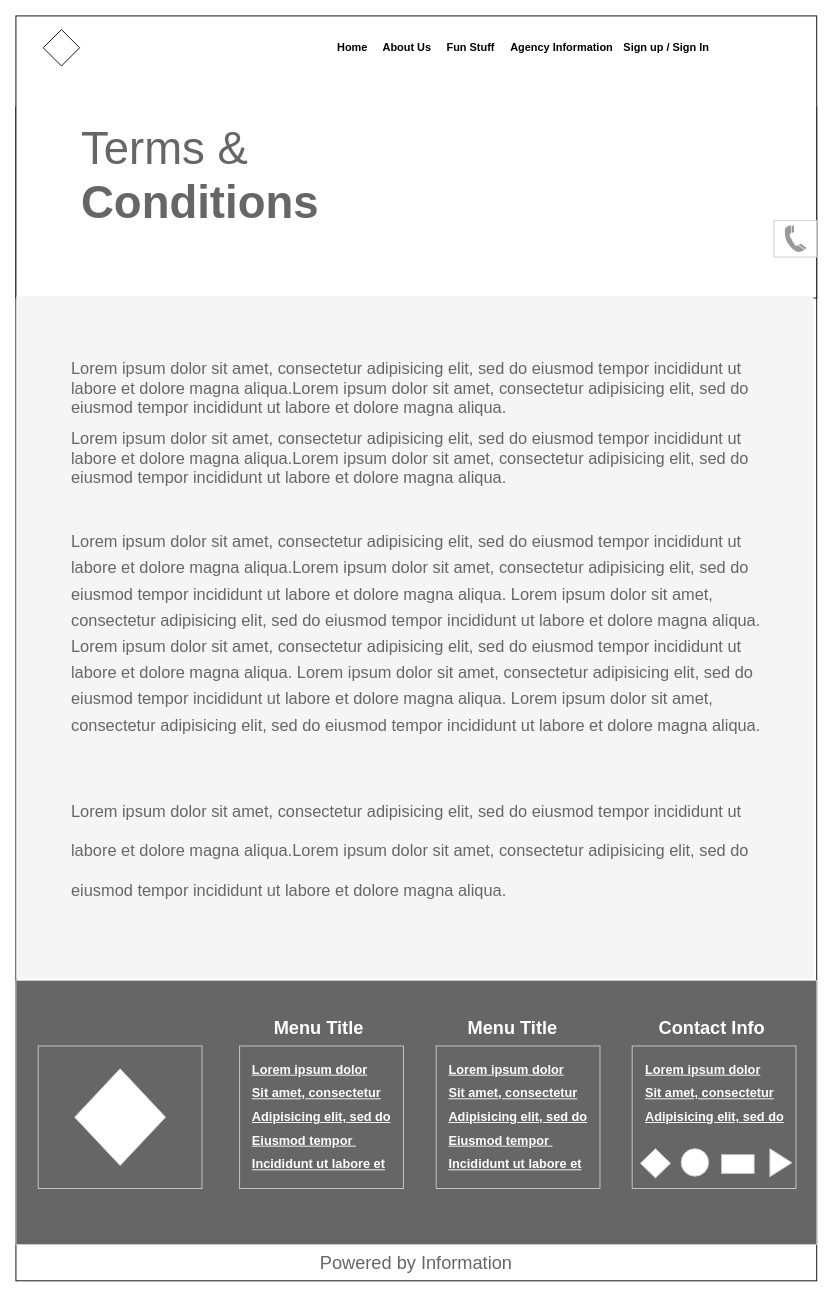
The draw.io diagram page "Terms & Conditions Desktop Screen" (7 of 56) of ProjectAce.drawio in yish-mael/project-ace-wireframes, before the edit. Source tidied: cells renumbered, new cells numbered last; positions are measured from the earlier drawing's top-left corner, leaving out a move shared by most shapes. Both pictures are drawn from the tidied source at 91%, with x=0, y=0 at pixel (15, 15).
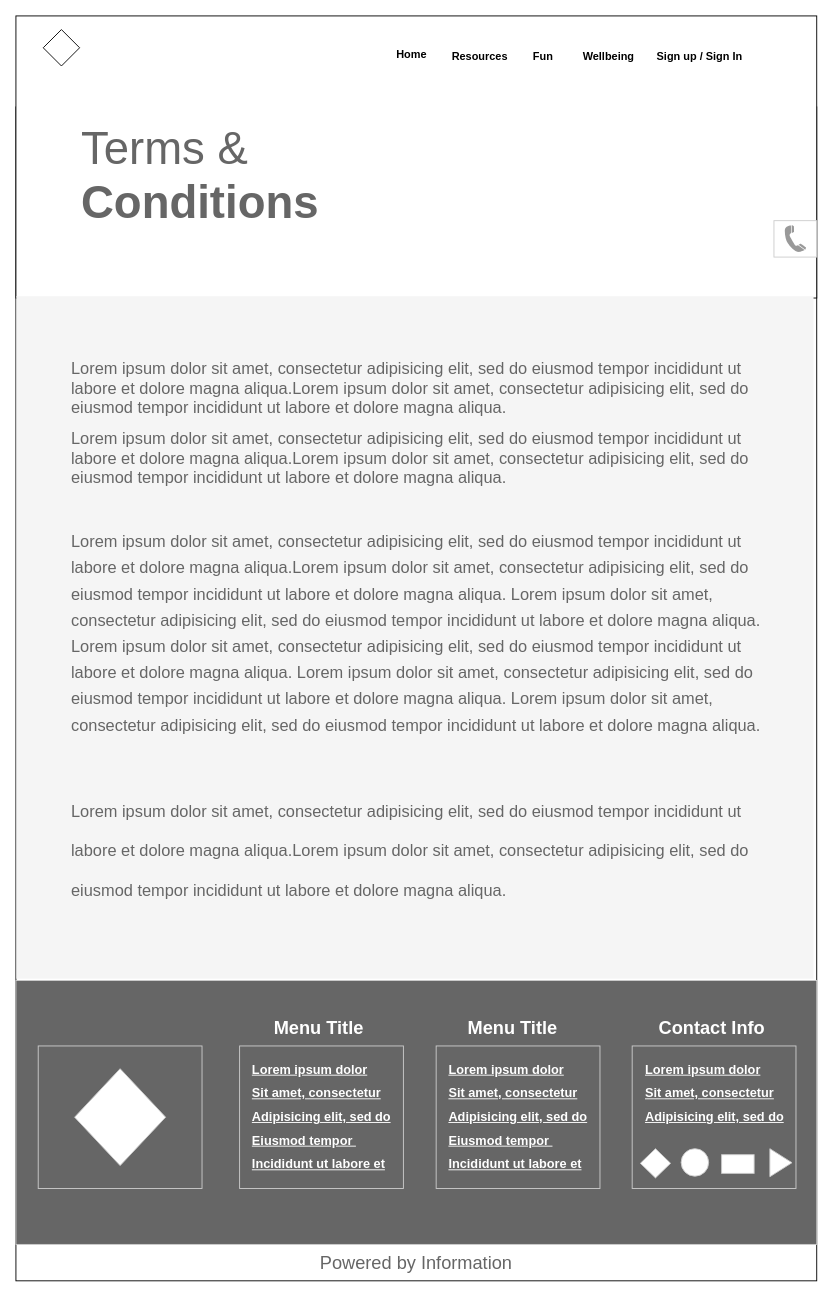
The same diagram, later.

Unchanged cells that the change refers to:
```xml
<mxCell id="2" style="group;" parent="1" vertex="1">
  <mxGeometry width="880" height="1390" as="geometry" />
</mxCell>
```

Diff of the diagram source:
```diff
@@
-    <mxCell id="6" style="group;fontStyle=1;" parent="2" vertex="1">
-      <mxGeometry x="350" y="25" width="420" height="20" as="geometry" />
-    </mxCell>
-    <mxCell id="7" value="&lt;b&gt;Home&lt;/b&gt;" style="text;html=1;strokeColor=none;fillColor=none;align=center;verticalAlign=middle;whiteSpace=wrap;rounded=0;" parent="6" vertex="1">
-      <mxGeometry width="40" height="20" as="geometry" />
-    </mxCell>
-    <mxCell id="8" value="&lt;b&gt;About Us&lt;/b&gt;" style="text;html=1;strokeColor=none;fillColor=none;align=center;verticalAlign=middle;whiteSpace=wrap;rounded=0;" parent="6" vertex="1">
-      <mxGeometry x="50" width="60" height="20" as="geometry" />
-    </mxCell>
-    <mxCell id="9" value="&lt;b&gt;Agency Information&lt;/b&gt;" style="text;html=1;strokeColor=none;fillColor=none;align=center;verticalAlign=middle;whiteSpace=wrap;rounded=0;" parent="6" vertex="1">
-      <mxGeometry x="190" width="120" height="20" as="geometry" />
-    </mxCell>
-    <mxCell id="10" value="&lt;b&gt;Sign up / Sign In&lt;/b&gt;" style="text;html=1;strokeColor=none;fillColor=none;align=center;verticalAlign=middle;whiteSpace=wrap;rounded=0;" parent="6" vertex="1">
-      <mxGeometry x="310" width="110" height="20" as="geometry" />
-    </mxCell>
-    <mxCell id="11" value="Fun Stuff" style="text;html=1;strokeColor=none;fillColor=none;align=center;verticalAlign=middle;whiteSpace=wrap;rounded=0;fontStyle=1;" parent="6" vertex="1">
-      <mxGeometry x="120" width="60" height="20" as="geometry" />
-    </mxCell>
-    <mxCell id="12" style="edgeStyle=orthogonalEdgeStyle;rounded=0;orthogonalLoop=1;jettySize=auto;html=1;exitX=0.5;exitY=1;exitDx=0;exitDy=0;" parent="6" edge="1" source="11" target="11">
-      <mxGeometry relative="1" as="geometry" />
-    </mxCell>
@@
+    <mxCell id="37" style="group;" parent="2" vertex="1">
+      <mxGeometry x="669.7" y="35.4" width="163.3" height="19.6" as="geometry" />
+    </mxCell>
+    <mxCell id="10" value="&lt;b&gt;Sign up / Sign In&lt;/b&gt;" style="text;html=1;strokeColor=none;fillColor=none;align=center;verticalAlign=middle;whiteSpace=wrap;rounded=0;" parent="37" vertex="1">
+      <mxGeometry width="163.3" height="19.6" as="geometry" />
+    </mxCell>
+    <mxCell id="38" value="&lt;b&gt;Wellbeing&lt;/b&gt;" style="text;html=1;strokeColor=none;fillColor=none;align=center;verticalAlign=middle;whiteSpace=wrap;rounded=0;" parent="2" vertex="1">
+      <mxGeometry x="616.1" y="35.4" width="71.4" height="19.6" as="geometry" />
+    </mxCell>
+    <mxCell id="39" value="Fun" style="text;html=1;strokeColor=none;fillColor=none;align=center;verticalAlign=middle;whiteSpace=wrap;rounded=0;fontStyle=1;" parent="2" vertex="1">
+      <mxGeometry x="543.2" y="35.4" width="72.9" height="19.6" as="geometry" />
+    </mxCell>
+    <mxCell id="40" value="&lt;b&gt;Resources&lt;/b&gt;" style="text;html=1;strokeColor=none;fillColor=none;align=center;verticalAlign=middle;whiteSpace=wrap;rounded=0;" parent="2" vertex="1">
+      <mxGeometry x="482.6" y="35.4" width="53.5" height="19.6" as="geometry" />
+    </mxCell>
+    <mxCell id="7" value="&lt;b&gt;Home&lt;/b&gt;" style="text;html=1;strokeColor=none;fillColor=none;align=center;verticalAlign=middle;whiteSpace=wrap;rounded=0;" parent="2" vertex="1">
+      <mxGeometry x="416.6" y="32.8" width="35.7" height="19.6" as="geometry" />
+    </mxCell>
```
